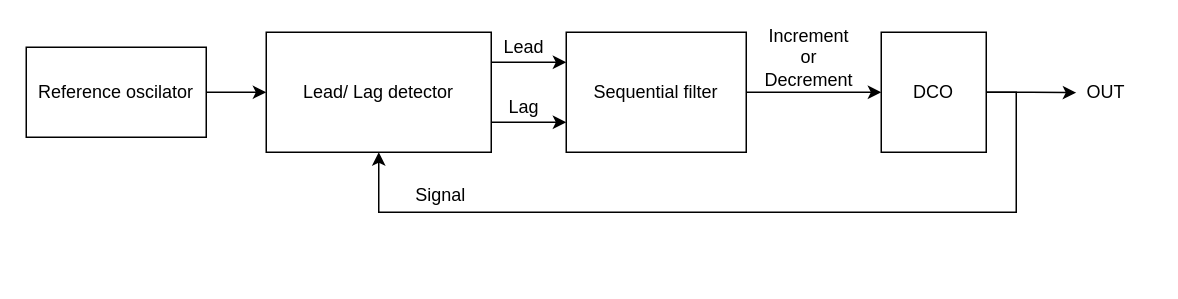
Earlier version of the draw.io diagram Docs/Block_diagram.drawio (jakubkruszyk/PLLSim). Source tidied: cells renumbered, new cells numbered last; positions are measured from the earlier drawing's top-left corner, leaving out a move shared by most shapes. Both pictures are drawn from the tidied source at 150%, with x=0, y=0 at pixel (26, 32).
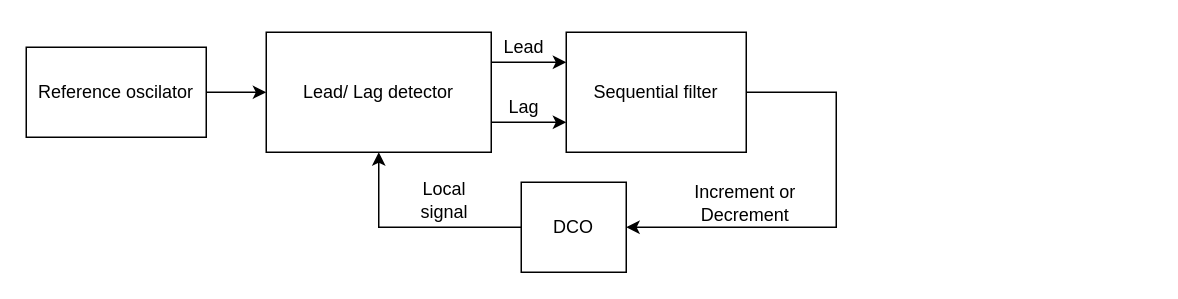
The same page after the edit.

What changed in the source:
```diff
@@
 <mxGraphModel>
   <root>
     <mxCell id="0" />
     <mxCell id="1" parent="0" />
     <mxCell id="2" style="edgeStyle=orthogonalEdgeStyle;rounded=0;jettySize=auto;html=1;exitX=1;exitY=0.25;exitDx=0;exitDy=0;entryX=0;entryY=0.25;entryDx=0;entryDy=0;" parent="1" edge="1" source="4" target="9">
       <mxGeometry relative="1" as="geometry" />
     </mxCell>
     <mxCell id="3" style="edgeStyle=orthogonalEdgeStyle;rounded=0;jettySize=auto;html=1;exitX=1;exitY=0.75;exitDx=0;exitDy=0;entryX=0;entryY=0.75;entryDx=0;entryDy=0;" parent="1" edge="1" source="4" target="9">
       <mxGeometry relative="1" as="geometry" />
     </mxCell>
     <mxCell id="4" value="Lead/ Lag detector" style="rounded=0;whiteSpace=wrap;html=1;" parent="1" vertex="1">
       <mxGeometry x="160" width="150" height="80" as="geometry" />
     </mxCell>
-    <mxCell id="5" value="Signal" style="text;html=1;align=center;verticalAlign=middle;strokeColor=none;fillColor=none;" parent="1" vertex="1">
-      <mxGeometry x="246" y="94" width="60" height="30" as="geometry" />
-    </mxCell>
     <mxCell id="6" style="edgeStyle=orthogonalEdgeStyle;rounded=0;jettySize=auto;html=1;exitX=1;exitY=0.5;exitDx=0;exitDy=0;entryX=0;entryY=0.5;entryDx=0;entryDy=0;" parent="1" edge="1" source="7" target="4">
       <mxGeometry relative="1" as="geometry" />
     </mxCell>
     <mxCell id="7" value="Reference oscilator" style="rounded=0;whiteSpace=wrap;html=1;" parent="1" vertex="1">
       <mxGeometry y="10" width="120" height="60" as="geometry" />
     </mxCell>
-    <mxCell id="8" style="edgeStyle=orthogonalEdgeStyle;rounded=0;jettySize=auto;html=1;exitX=1;exitY=0.5;exitDx=0;exitDy=0;entryX=0;entryY=0.5;entryDx=0;entryDy=0;" parent="1" edge="1" source="9" target="14">
-      <mxGeometry relative="1" as="geometry" />
+    <mxCell id="8" style="edgeStyle=orthogonalEdgeStyle;rounded=0;jettySize=auto;html=1;exitX=1;exitY=0.5;exitDx=0;exitDy=0;entryX=1;entryY=0.5;entryDx=0;entryDy=0;" parent="1" edge="1" source="9" target="14">
+      <mxGeometry relative="1" as="geometry">
+        <Array as="points">
+          <mxPoint x="540" y="40" />
+          <mxPoint x="540" y="130" />
+        </Array>
+      </mxGeometry>
     </mxCell>
     <mxCell id="9" value="Sequential filter" style="rounded=0;whiteSpace=wrap;html=1;" parent="1" vertex="1">
       <mxGeometry x="360" width="120" height="80" as="geometry" />
     </mxCell>
     <mxCell id="10" value="Lead" style="text;html=1;strokeColor=none;fillColor=none;align=center;verticalAlign=middle;whiteSpace=wrap;rounded=0;" parent="1" vertex="1">
       <mxGeometry x="312" width="40" height="20" as="geometry" />
     </mxCell>
     <mxCell id="11" value="Lag" style="text;html=1;strokeColor=none;fillColor=none;align=center;verticalAlign=middle;whiteSpace=wrap;rounded=0;" parent="1" vertex="1">
       <mxGeometry x="312" y="40" width="40" height="20" as="geometry" />
     </mxCell>
-    <mxCell id="12" style="edgeStyle=orthogonalEdgeStyle;rounded=0;jettySize=auto;html=1;exitX=1;exitY=0.5;exitDx=0;exitDy=0;entryX=0.5;entryY=1;entryDx=0;entryDy=0;" parent="1" edge="1" source="14" target="4">
-      <mxGeometry relative="1" as="geometry">
-        <Array as="points">
-          <mxPoint x="660" y="40" />
-          <mxPoint x="660" y="120" />
-          <mxPoint x="235" y="120" />
-        </Array>
-      </mxGeometry>
+    <mxCell id="12" style="edgeStyle=orthogonalEdgeStyle;rounded=0;jettySize=auto;html=1;exitX=0;exitY=0.5;exitDx=0;exitDy=0;entryX=0.5;entryY=1;entryDx=0;entryDy=0;" parent="1" edge="1" source="14" target="4">
+      <mxGeometry relative="1" as="geometry" />
     </mxCell>
-    <mxCell id="13" style="edgeStyle=orthogonalEdgeStyle;rounded=0;jettySize=auto;html=1;exitX=1;exitY=0.5;exitDx=0;exitDy=0;" parent="1" edge="1" source="14">
-      <mxGeometry relative="1" as="geometry">
-        <mxPoint x="700" y="40.3" as="targetPoint" />
-      </mxGeometry>
-    </mxCell>
     <mxCell id="14" value="DCO" style="rounded=0;whiteSpace=wrap;html=1;" parent="1" vertex="1">
-      <mxGeometry x="570" width="70" height="80" as="geometry" />
+      <mxGeometry x="330" y="100" width="70" height="60" as="geometry" />
     </mxCell>
     <mxCell id="15" value="Increment or Decrement" style="text;html=1;strokeColor=none;fillColor=none;align=center;verticalAlign=middle;whiteSpace=wrap;rounded=0;" parent="1" vertex="1">
-      <mxGeometry x="502" y="7" width="40" height="20" as="geometry" />
+      <mxGeometry x="434" y="104" width="91" height="20" as="geometry" />
     </mxCell>
-    <mxCell id="16" value="OUT" style="text;html=1;strokeColor=none;fillColor=none;align=center;verticalAlign=middle;whiteSpace=wrap;rounded=0;" parent="1" vertex="1">
-      <mxGeometry x="690" y="25" width="60" height="30" as="geometry" />
-    </mxCell>
+    <mxCell id="17" value="Local signal" style="text;html=1;strokeColor=none;fillColor=none;align=center;verticalAlign=middle;whiteSpace=wrap;rounded=0;" parent="1" vertex="1">
+      <mxGeometry x="249" y="97" width="60" height="30" as="geometry" />
+    </mxCell>
   </root>
 </mxGraphModel>
```
